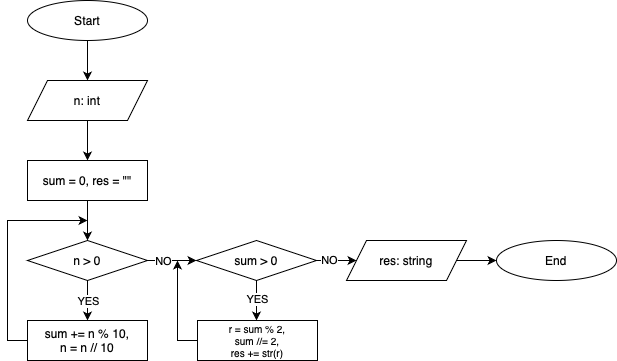
Before: data/human_eval/p084/fc/l3.drawio.png, a diagram exported from draw.io (carlodenardin/svlm). Source tidied: cells renumbered, new cells last; positions are measured from the earlier drawing's top-left corner, leaving out a move shared by most shapes. Its diagram source:
```xml
<mxGraphModel background="#ffffff">
  <root>
    <mxCell id="0" />
    <mxCell id="1" parent="0" />
    <mxCell id="2" value="Start" style="ellipse;whiteSpace=wrap;html=1;" parent="1" vertex="1">
      <mxGeometry x="20" width="120" height="40" as="geometry" />
    </mxCell>
    <mxCell id="3" value="n: int" style="shape=parallelogram;perimeter=parallelogramPerimeter;whiteSpace=wrap;html=1;fixedSize=1;size=20;" parent="1" vertex="1">
      <mxGeometry x="20" y="80" width="120" height="40" as="geometry" />
    </mxCell>
    <mxCell id="4" style="endArrow=classic;html=1;rounded=0;exitX=0.5;exitY=1;exitDx=0;exitDy=0;" parent="1" edge="1" source="2" target="3">
      <mxGeometry relative="1" as="geometry" />
    </mxCell>
    <mxCell id="5" style="endArrow=classic;html=1;rounded=0;exitX=0.5;exitY=1;exitDx=0;exitDy=0;entryX=0.5;entryY=0;entryDx=0;entryDy=0;" parent="1" edge="1" source="3">
      <mxGeometry relative="1" as="geometry">
        <mxPoint x="80" y="160" as="targetPoint" />
      </mxGeometry>
    </mxCell>
    <mxCell id="6" value="sum = 0, res = &quot;&quot;" style="rounded=0;whiteSpace=wrap;html=1;" parent="1" vertex="1">
      <mxGeometry x="20" y="160" width="120" height="40" as="geometry" />
    </mxCell>
    <mxCell id="7" value="n &amp;gt; 0" style="rhombus;whiteSpace=wrap;html=1;" parent="1" vertex="1">
      <mxGeometry x="20" y="240" width="120" height="40" as="geometry" />
    </mxCell>
    <mxCell id="8" value="sum += n % 10,&lt;div&gt;n = n // 10&lt;/div&gt;" style="rounded=0;whiteSpace=wrap;html=1;" parent="1" vertex="1">
      <mxGeometry x="20" y="320" width="120" height="40" as="geometry" />
    </mxCell>
    <mxCell id="9" style="endArrow=classic;html=1;rounded=0;exitX=0.5;exitY=1;exitDx=0;exitDy=0;entryX=0.5;entryY=0;entryDx=0;entryDy=0;" parent="1" edge="1" source="6" target="7">
      <mxGeometry relative="1" as="geometry" />
    </mxCell>
    <mxCell id="10" style="endArrow=classic;html=1;rounded=0;exitX=0.5;exitY=1;exitDx=0;exitDy=0;entryX=0.5;entryY=0;entryDx=0;entryDy=0;" parent="1" edge="1" source="7" target="8">
      <mxGeometry relative="1" as="geometry" />
    </mxCell>
    <mxCell id="11" value="YES" style="edgeLabel;html=1;align=center;verticalAlign=middle;" parent="10" vertex="1">
      <mxGeometry x="-0.45" y="2" relative="1" as="geometry">
        <mxPoint x="-2" y="9" as="offset" />
      </mxGeometry>
    </mxCell>
    <mxCell id="12" style="endArrow=classic;html=1;rounded=0;exitX=0;exitY=0.5;exitDx=0;exitDy=0;" parent="1" edge="1" source="8">
      <mxGeometry relative="1" as="geometry">
        <mxPoint x="80" y="220" as="targetPoint" />
        <Array as="points">
          <mxPoint y="340" />
          <mxPoint y="220" />
        </Array>
      </mxGeometry>
    </mxCell>
    <mxCell id="13" style="endArrow=classic;html=1;rounded=0;exitX=1;exitY=0.5;exitDx=0;exitDy=0;entryX=0;entryY=0.5;entryDx=0;entryDy=0;" parent="1" edge="1" source="7" target="16">
      <mxGeometry relative="1" as="geometry" />
    </mxCell>
    <mxCell id="14" value="NO" style="edgeLabel;html=1;align=center;verticalAlign=middle;" parent="13" vertex="1">
      <mxGeometry x="-0.41" relative="1" as="geometry" />
    </mxCell>
    <mxCell id="15" value="r = sum % 2,&lt;div style=&quot;font-size: 10px;&quot;&gt;sum //= 2,&lt;/div&gt;&lt;div style=&quot;font-size: 10px;&quot;&gt;res += str(r)&lt;/div&gt;" style="rounded=0;whiteSpace=wrap;html=1;fontSize=10;" parent="1" vertex="1">
      <mxGeometry x="190" y="320" width="120" height="40" as="geometry" />
    </mxCell>
    <mxCell id="16" value="sum &amp;gt; 0" style="rhombus;whiteSpace=wrap;html=1;" parent="1" vertex="1">
      <mxGeometry x="189" y="240" width="120" height="40" as="geometry" />
    </mxCell>
    <mxCell id="17" style="endArrow=classic;html=1;rounded=0;entryX=0.5;entryY=0;entryDx=0;entryDy=0;exitX=0.5;exitY=1;exitDx=0;exitDy=0;" parent="1" edge="1" source="16">
      <mxGeometry relative="1" as="geometry">
        <mxPoint x="249" y="320" as="targetPoint" />
      </mxGeometry>
    </mxCell>
    <mxCell id="18" value="YES" style="edgeLabel;html=1;align=center;verticalAlign=middle;" parent="17" vertex="1">
      <mxGeometry x="-0.11" y="1" relative="1" as="geometry">
        <mxPoint x="-1" as="offset" />
      </mxGeometry>
    </mxCell>
    <mxCell id="19" value="res: string" style="shape=parallelogram;perimeter=parallelogramPerimeter;whiteSpace=wrap;html=1;fixedSize=1;size=20;" parent="1" vertex="1">
      <mxGeometry x="339" y="240" width="120" height="40" as="geometry" />
    </mxCell>
    <mxCell id="20" style="endArrow=classic;html=1;rounded=0;exitX=1;exitY=0.5;exitDx=0;exitDy=0;entryX=0;entryY=0.5;entryDx=0;entryDy=0;" parent="1" edge="1" source="16" target="19">
      <mxGeometry relative="1" as="geometry" />
    </mxCell>
    <mxCell id="21" value="NO" style="edgeLabel;html=1;align=center;verticalAlign=middle;" parent="20" vertex="1">
      <mxGeometry x="-0.41" y="1" relative="1" as="geometry" />
    </mxCell>
    <mxCell id="22" value="End" style="ellipse;whiteSpace=wrap;html=1;" parent="1" vertex="1">
      <mxGeometry x="489" y="240" width="120" height="40" as="geometry" />
    </mxCell>
    <mxCell id="23" style="endArrow=classic;html=1;rounded=0;exitX=1;exitY=0.5;exitDx=0;exitDy=0;entryX=0;entryY=0.5;entryDx=0;entryDy=0;" parent="1" edge="1" source="19" target="22">
      <mxGeometry relative="1" as="geometry" />
    </mxCell>
    <mxCell id="24" style="endArrow=classic;html=1;rounded=0;exitX=0;exitY=0.5;exitDx=0;exitDy=0;" parent="1" edge="1" source="15">
      <mxGeometry relative="1" as="geometry">
        <mxPoint x="170" y="260" as="targetPoint" />
        <Array as="points">
          <mxPoint x="170" y="340" />
          <mxPoint x="170" y="290" />
        </Array>
      </mxGeometry>
    </mxCell>
  </root>
</mxGraphModel>
```
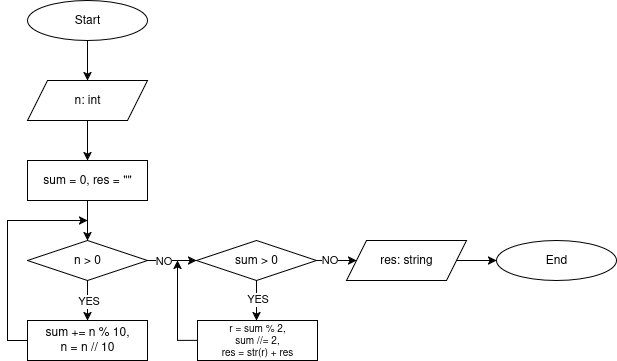
After the commit.

Change to the diagram source:
```diff
@@ -11,11 +11,11 @@
     <mxCell id="4" style="endArrow=classic;html=1;rounded=0;exitX=0.5;exitY=1;exitDx=0;exitDy=0;" parent="1" edge="1" source="2" target="3">
       <mxGeometry relative="1" as="geometry" />
     </mxCell>
-    <mxCell id="5" style="endArrow=classic;html=1;rounded=0;exitX=0.5;exitY=1;exitDx=0;exitDy=0;entryX=0.5;entryY=0;entryDx=0;entryDy=0;" parent="1" edge="1" source="3">
-      <mxGeometry relative="1" as="geometry">
-        <mxPoint x="80" y="160" as="targetPoint" />
-      </mxGeometry>
-    </mxCell>
+    <mxCell id="25" style="endArrow=classic;html=1;rounded=0;exitX=0.5;exitY=1;exitDx=0;exitDy=0;entryX=0.5;entryY=0;entryDx=0;entryDy=0;" parent="1" edge="1" source="3">
+      <mxGeometry relative="1" as="geometry">
+        <mxPoint x="80" y="160" as="targetPoint" />
+      </mxGeometry>
+    </mxCell>
     <mxCell id="6" value="sum = 0, res = &quot;&quot;" style="rounded=0;whiteSpace=wrap;html=1;" parent="1" vertex="1">
       <mxGeometry x="20" y="160" width="120" height="40" as="geometry" />
     </mxCell>
@@ -31,65 +31,65 @@
     <mxCell id="10" style="endArrow=classic;html=1;rounded=0;exitX=0.5;exitY=1;exitDx=0;exitDy=0;entryX=0.5;entryY=0;entryDx=0;entryDy=0;" parent="1" edge="1" source="7" target="8">
       <mxGeometry relative="1" as="geometry" />
     </mxCell>
-    <mxCell id="11" value="YES" style="edgeLabel;html=1;align=center;verticalAlign=middle;" parent="10" vertex="1">
-      <mxGeometry x="-0.45" y="2" relative="1" as="geometry">
-        <mxPoint x="-2" y="9" as="offset" />
-      </mxGeometry>
-    </mxCell>
-    <mxCell id="12" style="endArrow=classic;html=1;rounded=0;exitX=0;exitY=0.5;exitDx=0;exitDy=0;" parent="1" edge="1" source="8">
-      <mxGeometry relative="1" as="geometry">
-        <mxPoint x="80" y="220" as="targetPoint" />
-        <Array as="points">
-          <mxPoint y="340" />
-          <mxPoint y="220" />
-        </Array>
-      </mxGeometry>
-    </mxCell>
+    <mxCell id="26" value="YES" style="edgeLabel;html=1;align=center;verticalAlign=middle;" parent="10" vertex="1">
+      <mxGeometry x="-0.45" y="2" relative="1" as="geometry">
+        <mxPoint x="-2" y="9" as="offset" />
+      </mxGeometry>
+    </mxCell>
+    <mxCell id="27" style="endArrow=classic;html=1;rounded=0;exitX=0;exitY=0.5;exitDx=0;exitDy=0;" parent="1" edge="1" source="8">
+      <mxGeometry relative="1" as="geometry">
+        <mxPoint x="80" y="220" as="targetPoint" />
+        <Array as="points">
+          <mxPoint y="340" />
+          <mxPoint y="220" />
+        </Array>
+      </mxGeometry>
+    </mxCell>
     <mxCell id="13" style="endArrow=classic;html=1;rounded=0;exitX=1;exitY=0.5;exitDx=0;exitDy=0;entryX=0;entryY=0.5;entryDx=0;entryDy=0;" parent="1" edge="1" source="7" target="16">
       <mxGeometry relative="1" as="geometry" />
     </mxCell>
-    <mxCell id="14" value="NO" style="edgeLabel;html=1;align=center;verticalAlign=middle;" parent="13" vertex="1">
-      <mxGeometry x="-0.41" relative="1" as="geometry" />
-    </mxCell>
-    <mxCell id="15" value="r = sum % 2,&lt;div style=&quot;font-size: 10px;&quot;&gt;sum //= 2,&lt;/div&gt;&lt;div style=&quot;font-size: 10px;&quot;&gt;res += str(r)&lt;/div&gt;" style="rounded=0;whiteSpace=wrap;html=1;fontSize=10;" parent="1" vertex="1">
-      <mxGeometry x="190" y="320" width="120" height="40" as="geometry" />
-    </mxCell>
+    <mxCell id="28" value="NO" style="edgeLabel;html=1;align=center;verticalAlign=middle;" parent="13" vertex="1">
+      <mxGeometry x="-0.41" relative="1" as="geometry" />
+    </mxCell>
+    <mxCell id="29" value="r = sum % 2,&lt;div style=&quot;font-size: 10px;&quot;&gt;sum //= 2,&lt;/div&gt;&lt;div style=&quot;font-size: 10px;&quot;&gt;res = str(r) + res&lt;/div&gt;" style="rounded=0;whiteSpace=wrap;html=1;fontSize=10;" parent="1" vertex="1">
+      <mxGeometry x="190" y="320" width="120" height="40" as="geometry" />
+    </mxCell>
     <mxCell id="16" value="sum &amp;gt; 0" style="rhombus;whiteSpace=wrap;html=1;" parent="1" vertex="1">
       <mxGeometry x="189" y="240" width="120" height="40" as="geometry" />
     </mxCell>
-    <mxCell id="17" style="endArrow=classic;html=1;rounded=0;entryX=0.5;entryY=0;entryDx=0;entryDy=0;exitX=0.5;exitY=1;exitDx=0;exitDy=0;" parent="1" edge="1" source="16">
-      <mxGeometry relative="1" as="geometry">
-        <mxPoint x="249" y="320" as="targetPoint" />
-      </mxGeometry>
-    </mxCell>
-    <mxCell id="18" value="YES" style="edgeLabel;html=1;align=center;verticalAlign=middle;" parent="17" vertex="1">
-      <mxGeometry x="-0.11" y="1" relative="1" as="geometry">
-        <mxPoint x="-1" as="offset" />
-      </mxGeometry>
-    </mxCell>
+    <mxCell id="30" style="endArrow=classic;html=1;rounded=0;entryX=0.5;entryY=0;entryDx=0;entryDy=0;exitX=0.5;exitY=1;exitDx=0;exitDy=0;" parent="1" edge="1" source="16">
+      <mxGeometry relative="1" as="geometry">
+        <mxPoint x="249" y="320" as="targetPoint" />
+      </mxGeometry>
+    </mxCell>
+    <mxCell id="31" value="YES" style="edgeLabel;html=1;align=center;verticalAlign=middle;" parent="30" vertex="1">
+      <mxGeometry x="-0.11" y="1" relative="1" as="geometry">
+        <mxPoint x="-1" as="offset" />
+      </mxGeometry>
+    </mxCell>
     <mxCell id="19" value="res: string" style="shape=parallelogram;perimeter=parallelogramPerimeter;whiteSpace=wrap;html=1;fixedSize=1;size=20;" parent="1" vertex="1">
       <mxGeometry x="339" y="240" width="120" height="40" as="geometry" />
     </mxCell>
     <mxCell id="20" style="endArrow=classic;html=1;rounded=0;exitX=1;exitY=0.5;exitDx=0;exitDy=0;entryX=0;entryY=0.5;entryDx=0;entryDy=0;" parent="1" edge="1" source="16" target="19">
       <mxGeometry relative="1" as="geometry" />
     </mxCell>
-    <mxCell id="21" value="NO" style="edgeLabel;html=1;align=center;verticalAlign=middle;" parent="20" vertex="1">
-      <mxGeometry x="-0.41" y="1" relative="1" as="geometry" />
-    </mxCell>
+    <mxCell id="32" value="NO" style="edgeLabel;html=1;align=center;verticalAlign=middle;" parent="20" vertex="1">
+      <mxGeometry x="-0.41" y="1" relative="1" as="geometry" />
+    </mxCell>
     <mxCell id="22" value="End" style="ellipse;whiteSpace=wrap;html=1;" parent="1" vertex="1">
       <mxGeometry x="489" y="240" width="120" height="40" as="geometry" />
     </mxCell>
     <mxCell id="23" style="endArrow=classic;html=1;rounded=0;exitX=1;exitY=0.5;exitDx=0;exitDy=0;entryX=0;entryY=0.5;entryDx=0;entryDy=0;" parent="1" edge="1" source="19" target="22">
       <mxGeometry relative="1" as="geometry" />
     </mxCell>
-    <mxCell id="24" style="endArrow=classic;html=1;rounded=0;exitX=0;exitY=0.5;exitDx=0;exitDy=0;" parent="1" edge="1" source="15">
-      <mxGeometry relative="1" as="geometry">
-        <mxPoint x="170" y="260" as="targetPoint" />
-        <Array as="points">
-          <mxPoint x="170" y="340" />
-          <mxPoint x="170" y="290" />
-        </Array>
-      </mxGeometry>
-    </mxCell>
+    <mxCell id="33" style="endArrow=classic;html=1;rounded=0;exitX=0;exitY=0.5;exitDx=0;exitDy=0;" parent="1" edge="1" source="29">
+      <mxGeometry relative="1" as="geometry">
+        <mxPoint x="170" y="260" as="targetPoint" />
+        <Array as="points">
+          <mxPoint x="170" y="340" />
+          <mxPoint x="170" y="290" />
+        </Array>
+      </mxGeometry>
+    </mxCell>
   </root>
 </mxGraphModel>
```
